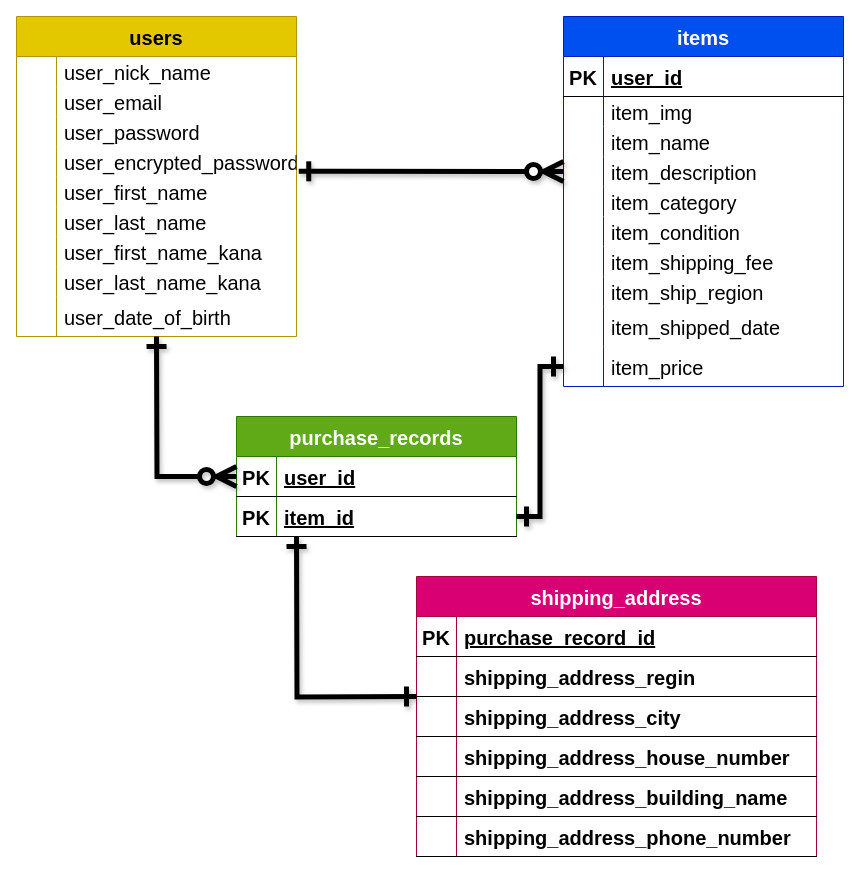
This is database_ER.dio from HoshimuraYu-ki/furima-38410, a draw.io file, before an edit. Source tidied: cells renumbered, new cells numbered last; positions are measured from the earlier drawing's top-left corner, leaving out a move shared by most shapes. Both pictures are drawn from the tidied source at 100%, with x=0, y=0 at pixel (16, 16).
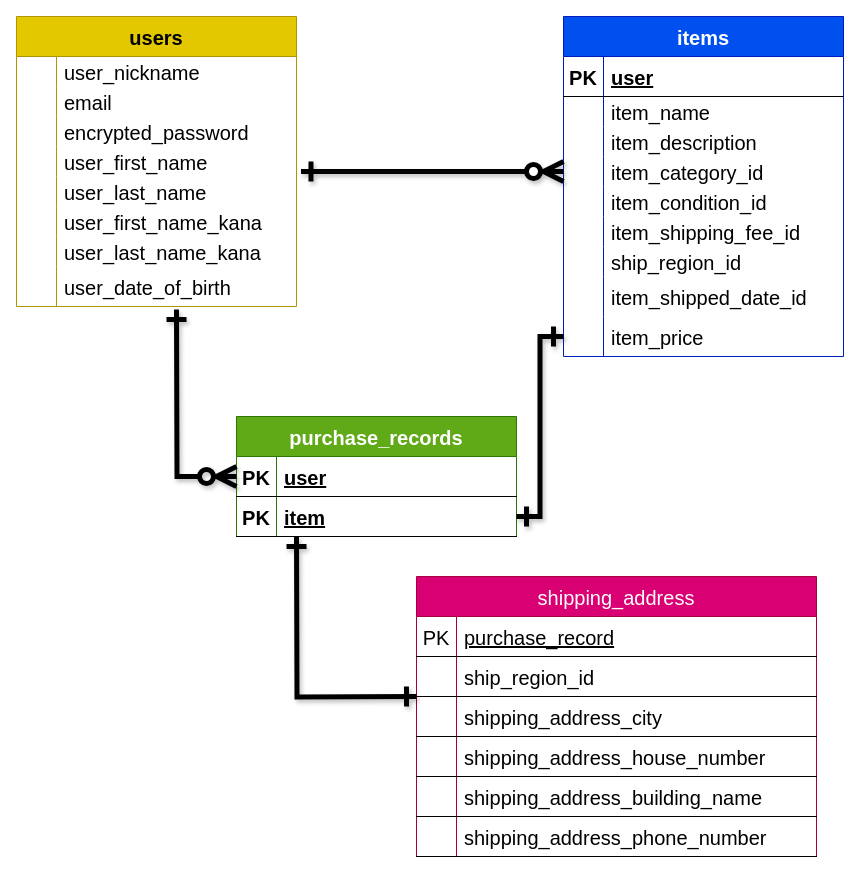
The same page after the edit.

Commit message (it also covers changes not shown here):
READMEの記述#修正

The change refers to these unchanged cells:
```xml
<mxCell id="3" style="shape=partialRectangle;fillColor=none;top=0;left=0;bottom=0;right=0;fontSize=20;" parent="2" vertex="1">
  <mxGeometry y="40" width="280" height="30" as="geometry" />
</mxCell>
<mxCell id="6" style="shape=partialRectangle;fillColor=none;top=0;left=0;bottom=0;right=0;fontSize=20;" parent="2" vertex="1">
  <mxGeometry y="70" width="280" height="30" as="geometry" />
</mxCell>
<mxCell id="31" style="shape=partialRectangle;fillColor=none;top=0;left=0;bottom=1;right=0;fontSize=20;" parent="30" vertex="1">
  <mxGeometry y="40" width="280" height="40" as="geometry" />
</mxCell>
<mxCell id="63" style="shape=partialRectangle;fillColor=none;top=0;left=0;bottom=1;right=0;points=[[0,0.5],[1,0.5]];portConstraint=eastwest;fontSize=20;" parent="62" vertex="1">
  <mxGeometry y="40" width="280" height="40" as="geometry" />
</mxCell>
<mxCell id="66" style="shape=partialRectangle;fillColor=none;top=0;left=0;bottom=1;right=0;points=[[0,0.5],[1,0.5]];portConstraint=eastwest;fontSize=20;" parent="62" vertex="1">
  <mxGeometry y="80" width="280" height="40" as="geometry" />
</mxCell>
```

The edit, as a diff of the source:
```diff
@@
     <mxCell id="2" value="users" style="shape=table;startSize=40;childLayout=tableLayout;rowLines=0;fontStyle=1;align=center;fillColor=#e3c800;fontColor=#000000;strokeColor=#B09500;fontSize=20;" parent="1" vertex="1">
-      <mxGeometry width="280" height="320" as="geometry" />
+      <mxGeometry width="280" height="290" as="geometry" />
     </mxCell>
@@
-    <mxCell id="5" value="user_nick_name" style="shape=partialRectangle;fillColor=none;top=0;left=0;bottom=0;right=0;align=left;spacingLeft=6;overflow=hidden;fontSize=20;" parent="3" vertex="1">
+    <mxCell id="5" value="user_nickname" style="shape=partialRectangle;fillColor=none;top=0;left=0;bottom=0;right=0;align=left;spacingLeft=6;overflow=hidden;fontSize=20;" parent="3" vertex="1">
       <mxGeometry x="40" width="240" height="30" as="geometry" />
     </mxCell>
@@
-    <mxCell id="8" value="user_email" style="shape=partialRectangle;fillColor=none;top=0;left=0;bottom=0;right=0;align=left;spacingLeft=6;overflow=hidden;fontSize=20;" parent="6" vertex="1">
+    <mxCell id="8" value="email" style="shape=partialRectangle;fillColor=none;top=0;left=0;bottom=0;right=0;align=left;spacingLeft=6;overflow=hidden;fontSize=20;" parent="6" vertex="1">
       <mxGeometry x="40" width="240" height="30" as="geometry" />
     </mxCell>
-    <mxCell id="9" style="shape=partialRectangle;fillColor=none;top=0;left=0;bottom=0;right=0;fontSize=20;" parent="2" vertex="1">
-      <mxGeometry y="100" width="280" height="30" as="geometry" />
-    </mxCell>
-    <mxCell id="10" style="shape=partialRectangle;fillColor=none;top=0;left=0;bottom=0;right=0;overflow=hidden;fontSize=20;" parent="9" vertex="1">
-      <mxGeometry width="40" height="30" as="geometry" />
-    </mxCell>
-    <mxCell id="11" value="user_password" style="shape=partialRectangle;fillColor=none;top=0;left=0;bottom=0;right=0;align=left;spacingLeft=6;overflow=hidden;fontSize=20;" parent="9" vertex="1">
-      <mxGeometry x="40" width="240" height="30" as="geometry" />
-    </mxCell>
     <mxCell id="12" style="shape=partialRectangle;fillColor=none;top=0;left=0;bottom=0;right=0;points=[[0,0.5],[1,0.5]];portConstraint=eastwest;fontSize=20;" parent="2" vertex="1">
-      <mxGeometry y="130" width="280" height="30" as="geometry" />
+      <mxGeometry y="100" width="280" height="30" as="geometry" />
     </mxCell>
@@
-    <mxCell id="14" value="user_encrypted_password" style="shape=partialRectangle;fillColor=none;top=0;left=0;bottom=0;right=0;align=left;spacingLeft=6;overflow=hidden;fontSize=20;" parent="12" vertex="1">
+    <mxCell id="14" value="encrypted_password" style="shape=partialRectangle;fillColor=none;top=0;left=0;bottom=0;right=0;align=left;spacingLeft=6;overflow=hidden;fontSize=20;" parent="12" vertex="1">
       <mxGeometry x="40" width="240" height="30" as="geometry" />
     </mxCell>
     <mxCell id="15" style="shape=partialRectangle;fillColor=none;top=0;left=0;bottom=0;right=0;points=[[0,0.5],[1,0.5]];portConstraint=eastwest;fontSize=20;" parent="2" vertex="1">
-      <mxGeometry y="160" width="280" height="30" as="geometry" />
+      <mxGeometry y="130" width="280" height="30" as="geometry" />
     </mxCell>
@@
     <mxCell id="18" style="shape=partialRectangle;fillColor=none;top=0;left=0;bottom=0;right=0;fontSize=20;" parent="2" vertex="1">
-      <mxGeometry y="190" width="280" height="30" as="geometry" />
+      <mxGeometry y="160" width="280" height="30" as="geometry" />
     </mxCell>
@@
     <mxCell id="21" style="shape=partialRectangle;fillColor=none;top=0;left=0;bottom=0;right=0;fontSize=20;" parent="2" vertex="1">
-      <mxGeometry y="220" width="280" height="30" as="geometry" />
+      <mxGeometry y="190" width="280" height="30" as="geometry" />
     </mxCell>
@@
     <mxCell id="24" style="shape=partialRectangle;fillColor=none;top=0;left=0;bottom=0;right=0;fontSize=20;" parent="2" vertex="1">
-      <mxGeometry y="250" width="280" height="30" as="geometry" />
+      <mxGeometry y="220" width="280" height="30" as="geometry" />
     </mxCell>
@@
     <mxCell id="27" style="shape=partialRectangle;fillColor=none;top=0;left=0;bottom=0;right=0;fontSize=20;" parent="2" vertex="1">
-      <mxGeometry y="280" width="280" height="40" as="geometry" />
+      <mxGeometry y="250" width="280" height="40" as="geometry" />
     </mxCell>
@@
     <mxCell id="30" value="items" style="shape=table;startSize=40;childLayout=tableLayout;rowLines=0;fontStyle=1;align=center;fillColor=#0050ef;strokeColor=#001DBC;fontSize=20;fontColor=#ffffff;" parent="1" vertex="1">
-      <mxGeometry x="547" width="280" height="370" as="geometry" />
+      <mxGeometry x="547" width="280" height="340" as="geometry" />
     </mxCell>
@@
-    <mxCell id="33" value="user_id" style="shape=partialRectangle;fillColor=none;top=0;left=0;bottom=0;right=0;align=left;spacingLeft=6;fontStyle=5;overflow=hidden;fontSize=20;" parent="31" vertex="1">
+    <mxCell id="33" value="user" style="shape=partialRectangle;fillColor=none;top=0;left=0;bottom=0;right=0;align=left;spacingLeft=6;fontStyle=5;overflow=hidden;fontSize=20;" parent="31" vertex="1">
       <mxGeometry x="40" width="240" height="40" as="geometry" />
     </mxCell>
-    <mxCell id="34" style="shape=partialRectangle;fillColor=none;top=0;left=0;bottom=0;right=0;fontSize=20;" parent="30" vertex="1">
-      <mxGeometry y="80" width="280" height="30" as="geometry" />
-    </mxCell>
-    <mxCell id="35" style="shape=partialRectangle;fillColor=none;top=0;left=0;bottom=0;right=0;overflow=hidden;fontSize=20;" parent="34" vertex="1">
-      <mxGeometry width="40" height="30" as="geometry" />
-    </mxCell>
-    <mxCell id="36" value="item_img" style="shape=partialRectangle;fillColor=none;top=0;left=0;bottom=0;right=0;align=left;spacingLeft=6;overflow=hidden;fontSize=20;" parent="34" vertex="1">
-      <mxGeometry x="40" width="240" height="30" as="geometry" />
-    </mxCell>
     <mxCell id="37" style="shape=partialRectangle;fillColor=none;top=0;left=0;bottom=0;right=0;fontSize=20;" parent="30" vertex="1">
-      <mxGeometry y="110" width="280" height="30" as="geometry" />
+      <mxGeometry y="80" width="280" height="30" as="geometry" />
     </mxCell>
@@
     <mxCell id="40" style="shape=partialRectangle;fillColor=none;top=0;left=0;bottom=0;right=0;points=[[0,0.5],[1,0.5]];portConstraint=eastwest;fontSize=20;" parent="30" vertex="1">
-      <mxGeometry y="140" width="280" height="30" as="geometry" />
+      <mxGeometry y="110" width="280" height="30" as="geometry" />
     </mxCell>
@@
     <mxCell id="43" style="shape=partialRectangle;fillColor=none;top=0;left=0;bottom=0;right=0;points=[[0,0.5],[1,0.5]];portConstraint=eastwest;fontSize=20;" parent="30" vertex="1">
-      <mxGeometry y="170" width="280" height="30" as="geometry" />
+      <mxGeometry y="140" width="280" height="30" as="geometry" />
     </mxCell>
@@
-    <mxCell id="45" value="item_category" style="shape=partialRectangle;fillColor=none;top=0;left=0;bottom=0;right=0;align=left;spacingLeft=6;overflow=hidden;fontSize=20;" parent="43" vertex="1">
+    <mxCell id="45" value="item_category_id" style="shape=partialRectangle;fillColor=none;top=0;left=0;bottom=0;right=0;align=left;spacingLeft=6;overflow=hidden;fontSize=20;" parent="43" vertex="1">
       <mxGeometry x="40" width="240" height="30" as="geometry" />
     </mxCell>
     <mxCell id="46" style="shape=partialRectangle;fillColor=none;top=0;left=0;bottom=0;right=0;fontSize=20;" parent="30" vertex="1">
-      <mxGeometry y="200" width="280" height="30" as="geometry" />
+      <mxGeometry y="170" width="280" height="30" as="geometry" />
     </mxCell>
@@
-    <mxCell id="48" value="item_condition" style="shape=partialRectangle;fillColor=none;top=0;left=0;bottom=0;right=0;align=left;spacingLeft=6;overflow=hidden;fontSize=20;" parent="46" vertex="1">
+    <mxCell id="48" value="item_condition_id" style="shape=partialRectangle;fillColor=none;top=0;left=0;bottom=0;right=0;align=left;spacingLeft=6;overflow=hidden;fontSize=20;" parent="46" vertex="1">
       <mxGeometry x="40" width="240" height="30" as="geometry" />
     </mxCell>
     <mxCell id="49" style="shape=partialRectangle;fillColor=none;top=0;left=0;bottom=0;right=0;fontSize=20;" parent="30" vertex="1">
-      <mxGeometry y="230" width="280" height="30" as="geometry" />
+      <mxGeometry y="200" width="280" height="30" as="geometry" />
     </mxCell>
@@
-    <mxCell id="51" value="item_shipping_fee" style="shape=partialRectangle;fillColor=none;top=0;left=0;bottom=0;right=0;align=left;spacingLeft=6;overflow=hidden;fontSize=20;" parent="49" vertex="1">
+    <mxCell id="51" value="item_shipping_fee_id" style="shape=partialRectangle;fillColor=none;top=0;left=0;bottom=0;right=0;align=left;spacingLeft=6;overflow=hidden;fontSize=20;" parent="49" vertex="1">
       <mxGeometry x="40" width="240" height="30" as="geometry" />
     </mxCell>
     <mxCell id="52" style="shape=partialRectangle;fillColor=none;top=0;left=0;bottom=0;right=0;fontSize=20;" parent="30" vertex="1">
-      <mxGeometry y="260" width="280" height="30" as="geometry" />
+      <mxGeometry y="230" width="280" height="30" as="geometry" />
     </mxCell>
@@
-    <mxCell id="54" value="item_ship_region" style="shape=partialRectangle;fillColor=none;top=0;left=0;bottom=0;right=0;align=left;spacingLeft=6;overflow=hidden;fontSize=20;" parent="52" vertex="1">
+    <mxCell id="54" value="ship_region_id" style="shape=partialRectangle;fillColor=none;top=0;left=0;bottom=0;right=0;align=left;spacingLeft=6;overflow=hidden;fontSize=20;" parent="52" vertex="1">
       <mxGeometry x="40" width="240" height="30" as="geometry" />
     </mxCell>
     <mxCell id="55" style="shape=partialRectangle;fillColor=none;top=0;left=0;bottom=0;right=0;fontSize=20;" parent="30" vertex="1">
-      <mxGeometry y="290" width="280" height="40" as="geometry" />
+      <mxGeometry y="260" width="280" height="40" as="geometry" />
     </mxCell>
@@
-    <mxCell id="57" value="item_shipped_date" style="shape=partialRectangle;fillColor=none;top=0;left=0;bottom=0;right=0;align=left;spacingLeft=6;overflow=hidden;fontSize=20;" parent="55" vertex="1">
+    <mxCell id="57" value="item_shipped_date_id" style="shape=partialRectangle;fillColor=none;top=0;left=0;bottom=0;right=0;align=left;spacingLeft=6;overflow=hidden;fontSize=20;" parent="55" vertex="1">
       <mxGeometry x="40" width="240" height="40" as="geometry" />
     </mxCell>
     <mxCell id="58" style="shape=partialRectangle;fillColor=none;top=0;left=0;bottom=0;right=0;points=[[0,0.5],[1,0.5]];portConstraint=eastwest;fontSize=20;" parent="30" vertex="1">
-      <mxGeometry y="330" width="280" height="40" as="geometry" />
+      <mxGeometry y="300" width="280" height="40" as="geometry" />
     </mxCell>
@@
-    <mxCell id="61" style="edgeStyle=entityRelationEdgeStyle;fontSize=12;html=1;endArrow=ERzeroToMany;endFill=1;exitX=1.008;exitY=0.827;exitDx=0;exitDy=0;entryX=0;entryY=0.5;entryDx=0;entryDy=0;strokeWidth=5;rounded=0;shadow=1;endSize=14;startSize=14;exitPerimeter=0;startArrow=ERone;startFill=0;" parent="1" edge="1" source="12" target="40">
+    <mxCell id="61" style="edgeStyle=entityRelationEdgeStyle;fontSize=12;html=1;endArrow=ERzeroToMany;endFill=1;exitX=1.016;exitY=0.833;exitDx=0;exitDy=0;entryX=0;entryY=0.5;entryDx=0;entryDy=0;strokeWidth=5;rounded=0;shadow=1;endSize=14;startSize=14;exitPerimeter=0;startArrow=ERone;startFill=0;" parent="1" edge="1" source="15" target="43">
       <mxGeometry relative="1" as="geometry" />
     </mxCell>
@@
-    <mxCell id="65" value="user_id" style="shape=partialRectangle;fillColor=none;top=0;left=0;bottom=0;right=0;align=left;spacingLeft=6;fontStyle=5;overflow=hidden;fontSize=20;" parent="63" vertex="1">
+    <mxCell id="65" value="user" style="shape=partialRectangle;fillColor=none;top=0;left=0;bottom=0;right=0;align=left;spacingLeft=6;fontStyle=5;overflow=hidden;fontSize=20;" parent="63" vertex="1">
       <mxGeometry x="40" width="240" height="40" as="geometry" />
     </mxCell>
@@
-    <mxCell id="68" value="item_id" style="shape=partialRectangle;fillColor=none;top=0;left=0;bottom=0;right=0;align=left;spacingLeft=6;fontStyle=5;overflow=hidden;fontSize=20;" parent="66" vertex="1">
+    <mxCell id="68" value="item" style="shape=partialRectangle;fillColor=none;top=0;left=0;bottom=0;right=0;align=left;spacingLeft=6;fontStyle=5;overflow=hidden;fontSize=20;" parent="66" vertex="1">
       <mxGeometry x="40" width="240" height="40" as="geometry" />
     </mxCell>
     <mxCell id="69" style="edgeStyle=orthogonalEdgeStyle;fontSize=12;html=1;endArrow=ERzeroToMany;endFill=0;strokeWidth=5;rounded=0;shadow=1;endSize=14;startSize=14;startArrow=ERone;startFill=0;" parent="1" edge="1" target="63">
       <mxGeometry relative="1" as="geometry">
-        <mxPoint x="140" y="320" as="sourcePoint" />
+        <mxPoint x="160" y="293" as="sourcePoint" />
       </mxGeometry>
     </mxCell>
@@
-    <mxCell id="71" value="shipping_address" style="shape=table;startSize=40;childLayout=tableLayout;rowLines=0;fontStyle=1;align=center;fontSize=20;fillColor=#d80073;fontColor=#ffffff;strokeColor=#A50040;" parent="1" vertex="1">
+    <mxCell id="71" value="shipping_address" style="shape=table;startSize=40;childLayout=tableLayout;rowLines=0;fontStyle=0;align=center;fontSize=20;fillColor=#d80073;fontColor=#ffffff;strokeColor=#A50040;" parent="1" vertex="1">
       <mxGeometry x="400" y="560" width="400" height="280" as="geometry" />
     </mxCell>
-    <mxCell id="72" style="shape=partialRectangle;fillColor=none;top=0;left=0;bottom=1;right=0;fontSize=20;" parent="71" vertex="1">
+    <mxCell id="72" style="shape=partialRectangle;fillColor=none;top=0;left=0;bottom=1;right=0;fontSize=20;fontStyle=0;" parent="71" vertex="1">
       <mxGeometry y="40" width="400" height="40" as="geometry" />
     </mxCell>
-    <mxCell id="73" value="PK" style="shape=partialRectangle;fillColor=none;top=0;left=0;bottom=0;right=0;fontStyle=1;overflow=hidden;fontSize=20;" parent="72" vertex="1">
+    <mxCell id="73" value="PK" style="shape=partialRectangle;fillColor=none;top=0;left=0;bottom=0;right=0;fontStyle=0;overflow=hidden;fontSize=20;" parent="72" vertex="1">
       <mxGeometry width="40" height="40" as="geometry" />
     </mxCell>
-    <mxCell id="74" value="purchase_record_id" style="shape=partialRectangle;fillColor=none;top=0;left=0;bottom=0;right=0;align=left;spacingLeft=6;fontStyle=5;overflow=hidden;fontSize=20;" parent="72" vertex="1">
+    <mxCell id="74" value="purchase_record" style="shape=partialRectangle;fillColor=none;top=0;left=0;bottom=0;right=0;align=left;spacingLeft=6;fontStyle=4;overflow=hidden;fontSize=20;" parent="72" vertex="1">
       <mxGeometry x="40" width="360" height="40" as="geometry" />
     </mxCell>
-    <mxCell id="75" style="shape=partialRectangle;fillColor=none;top=0;left=0;bottom=1;right=0;fontSize=20;" parent="71" vertex="1">
+    <mxCell id="75" style="shape=partialRectangle;fillColor=none;top=0;left=0;bottom=1;right=0;fontSize=20;fontStyle=0;" parent="71" vertex="1">
       <mxGeometry y="80" width="400" height="40" as="geometry" />
     </mxCell>
-    <mxCell id="76" style="shape=partialRectangle;fillColor=none;top=0;left=0;bottom=0;right=0;fontStyle=1;overflow=hidden;fontSize=20;" parent="75" vertex="1">
+    <mxCell id="76" style="shape=partialRectangle;fillColor=none;top=0;left=0;bottom=0;right=0;fontStyle=0;overflow=hidden;fontSize=20;" parent="75" vertex="1">
       <mxGeometry width="40" height="40" as="geometry" />
     </mxCell>
-    <mxCell id="77" value="shipping_address_regin" style="shape=partialRectangle;fillColor=none;top=0;left=0;bottom=0;right=0;align=left;spacingLeft=6;fontStyle=1;overflow=hidden;fontSize=20;verticalAlign=middle;" parent="75" vertex="1">
+    <mxCell id="77" value="ship_region_id" style="shape=partialRectangle;fillColor=none;top=0;left=0;bottom=0;right=0;align=left;spacingLeft=6;fontStyle=0;overflow=hidden;fontSize=20;verticalAlign=middle;" parent="75" vertex="1">
       <mxGeometry x="40" width="360" height="40" as="geometry" />
     </mxCell>
-    <mxCell id="78" style="shape=partialRectangle;fillColor=none;top=0;left=0;bottom=1;right=0;fontSize=20;" parent="71" vertex="1">
+    <mxCell id="78" style="shape=partialRectangle;fillColor=none;top=0;left=0;bottom=1;right=0;fontSize=20;fontStyle=0;" parent="71" vertex="1">
       <mxGeometry y="120" width="400" height="40" as="geometry" />
     </mxCell>
-    <mxCell id="79" style="shape=partialRectangle;fillColor=none;top=0;left=0;bottom=0;right=0;fontStyle=1;overflow=hidden;fontSize=20;" parent="78" vertex="1">
+    <mxCell id="79" style="shape=partialRectangle;fillColor=none;top=0;left=0;bottom=0;right=0;fontStyle=0;overflow=hidden;fontSize=20;" parent="78" vertex="1">
       <mxGeometry width="40" height="40" as="geometry" />
     </mxCell>
-    <mxCell id="80" value="shipping_address_city" style="shape=partialRectangle;fillColor=none;top=0;left=0;bottom=0;right=0;align=left;spacingLeft=6;fontStyle=1;overflow=hidden;fontSize=20;" parent="78" vertex="1">
+    <mxCell id="80" value="shipping_address_city" style="shape=partialRectangle;fillColor=none;top=0;left=0;bottom=0;right=0;align=left;spacingLeft=6;fontStyle=0;overflow=hidden;fontSize=20;" parent="78" vertex="1">
       <mxGeometry x="40" width="360" height="40" as="geometry" />
     </mxCell>
-    <mxCell id="81" style="shape=partialRectangle;fillColor=none;top=0;left=0;bottom=1;right=0;fontSize=20;" parent="71" vertex="1">
+    <mxCell id="81" style="shape=partialRectangle;fillColor=none;top=0;left=0;bottom=1;right=0;fontSize=20;fontStyle=0;" parent="71" vertex="1">
       <mxGeometry y="160" width="400" height="40" as="geometry" />
     </mxCell>
-    <mxCell id="82" style="shape=partialRectangle;fillColor=none;top=0;left=0;bottom=0;right=0;fontStyle=1;overflow=hidden;fontSize=20;" parent="81" vertex="1">
+    <mxCell id="82" style="shape=partialRectangle;fillColor=none;top=0;left=0;bottom=0;right=0;fontStyle=0;overflow=hidden;fontSize=20;" parent="81" vertex="1">
       <mxGeometry width="40" height="40" as="geometry" />
     </mxCell>
-    <mxCell id="83" value="shipping_address_house_number" style="shape=partialRectangle;fillColor=none;top=0;left=0;bottom=0;right=0;align=left;spacingLeft=6;fontStyle=1;overflow=hidden;fontSize=20;" parent="81" vertex="1">
+    <mxCell id="83" value="shipping_address_house_number" style="shape=partialRectangle;fillColor=none;top=0;left=0;bottom=0;right=0;align=left;spacingLeft=6;fontStyle=0;overflow=hidden;fontSize=20;" parent="81" vertex="1">
       <mxGeometry x="40" width="360" height="40" as="geometry" />
     </mxCell>
-    <mxCell id="84" style="shape=partialRectangle;fillColor=none;top=0;left=0;bottom=1;right=0;fontSize=20;" parent="71" vertex="1">
+    <mxCell id="84" style="shape=partialRectangle;fillColor=none;top=0;left=0;bottom=1;right=0;fontSize=20;fontStyle=0;" parent="71" vertex="1">
       <mxGeometry y="200" width="400" height="40" as="geometry" />
     </mxCell>
-    <mxCell id="85" style="shape=partialRectangle;fillColor=none;top=0;left=0;bottom=0;right=0;fontStyle=1;overflow=hidden;fontSize=20;" parent="84" vertex="1">
+    <mxCell id="85" style="shape=partialRectangle;fillColor=none;top=0;left=0;bottom=0;right=0;fontStyle=0;overflow=hidden;fontSize=20;" parent="84" vertex="1">
       <mxGeometry width="40" height="40" as="geometry" />
     </mxCell>
-    <mxCell id="86" value="shipping_address_building_name" style="shape=partialRectangle;fillColor=none;top=0;left=0;bottom=0;right=0;align=left;spacingLeft=6;fontStyle=1;overflow=hidden;fontSize=20;" parent="84" vertex="1">
+    <mxCell id="86" value="shipping_address_building_name" style="shape=partialRectangle;fillColor=none;top=0;left=0;bottom=0;right=0;align=left;spacingLeft=6;fontStyle=0;overflow=hidden;fontSize=20;" parent="84" vertex="1">
       <mxGeometry x="40" width="360" height="40" as="geometry" />
     </mxCell>
-    <mxCell id="87" style="shape=partialRectangle;fillColor=none;top=0;left=0;bottom=1;right=0;fontSize=20;" parent="71" vertex="1">
+    <mxCell id="87" style="shape=partialRectangle;fillColor=none;top=0;left=0;bottom=1;right=0;fontSize=20;fontStyle=0;" parent="71" vertex="1">
       <mxGeometry y="240" width="400" height="40" as="geometry" />
     </mxCell>
-    <mxCell id="88" style="shape=partialRectangle;fillColor=none;top=0;left=0;bottom=0;right=0;fontStyle=1;overflow=hidden;fontSize=20;" parent="87" vertex="1">
+    <mxCell id="88" style="shape=partialRectangle;fillColor=none;top=0;left=0;bottom=0;right=0;fontStyle=0;overflow=hidden;fontSize=20;" parent="87" vertex="1">
       <mxGeometry width="40" height="40" as="geometry" />
     </mxCell>
-    <mxCell id="89" value="shipping_address_phone_number" style="shape=partialRectangle;fillColor=none;top=0;left=0;bottom=0;right=0;align=left;spacingLeft=6;fontStyle=1;overflow=hidden;fontSize=20;" parent="87" vertex="1">
+    <mxCell id="89" value="shipping_address_phone_number" style="shape=partialRectangle;fillColor=none;top=0;left=0;bottom=0;right=0;align=left;spacingLeft=6;fontStyle=0;overflow=hidden;fontSize=20;" parent="87" vertex="1">
       <mxGeometry x="40" width="360" height="40" as="geometry" />
     </mxCell>
```
